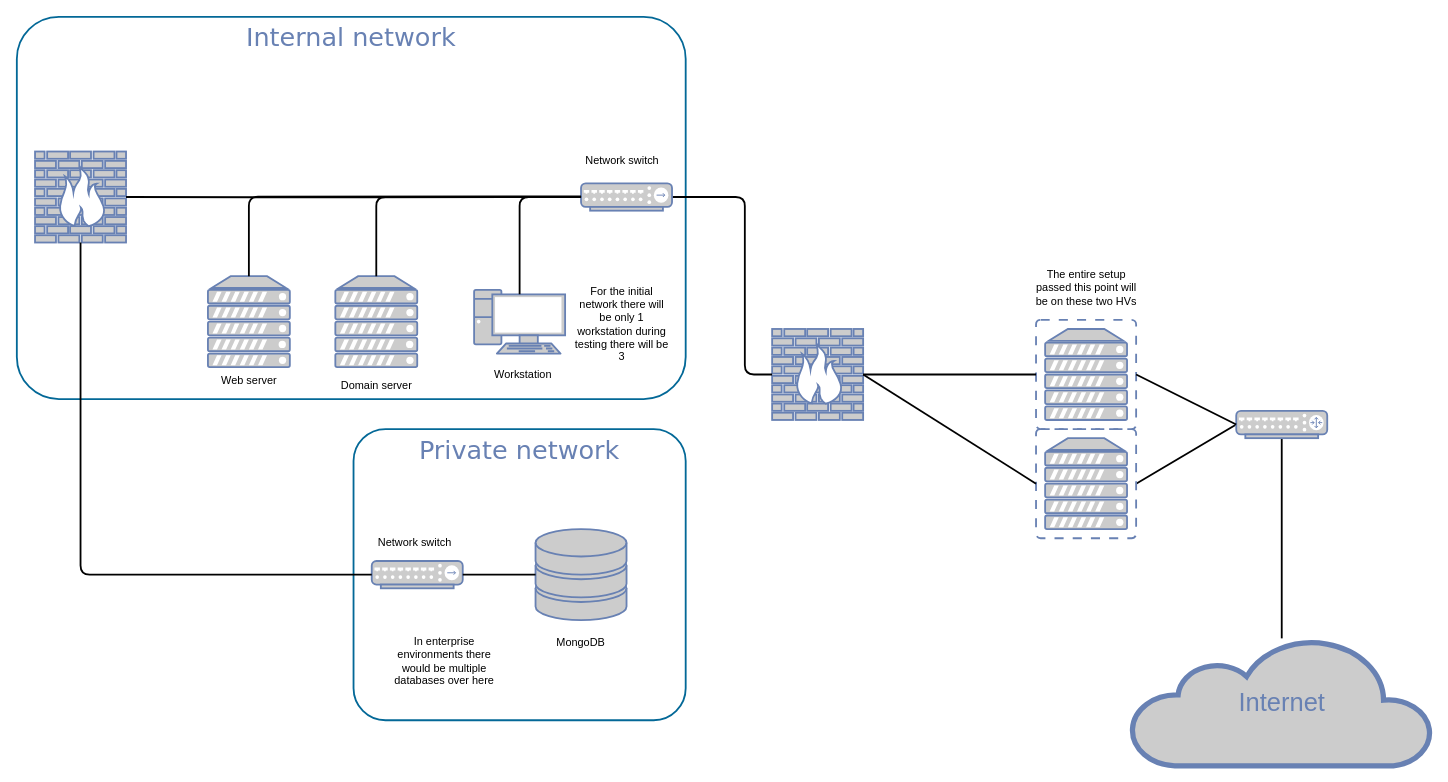
Above: Docs/diagrams/Network diagram.drawio in supertrey2004/Secure-Multi-Layer-Network-Project---Capstone (draw.io), before the change. Source tidied: cells renumbered, new cells numbered last; positions are measured from the earlier drawing's top-left corner, leaving out a move shared by most shapes. Both pictures are drawn from the tidied source at 91%, with x=0, y=0 at pixel (16, 16).
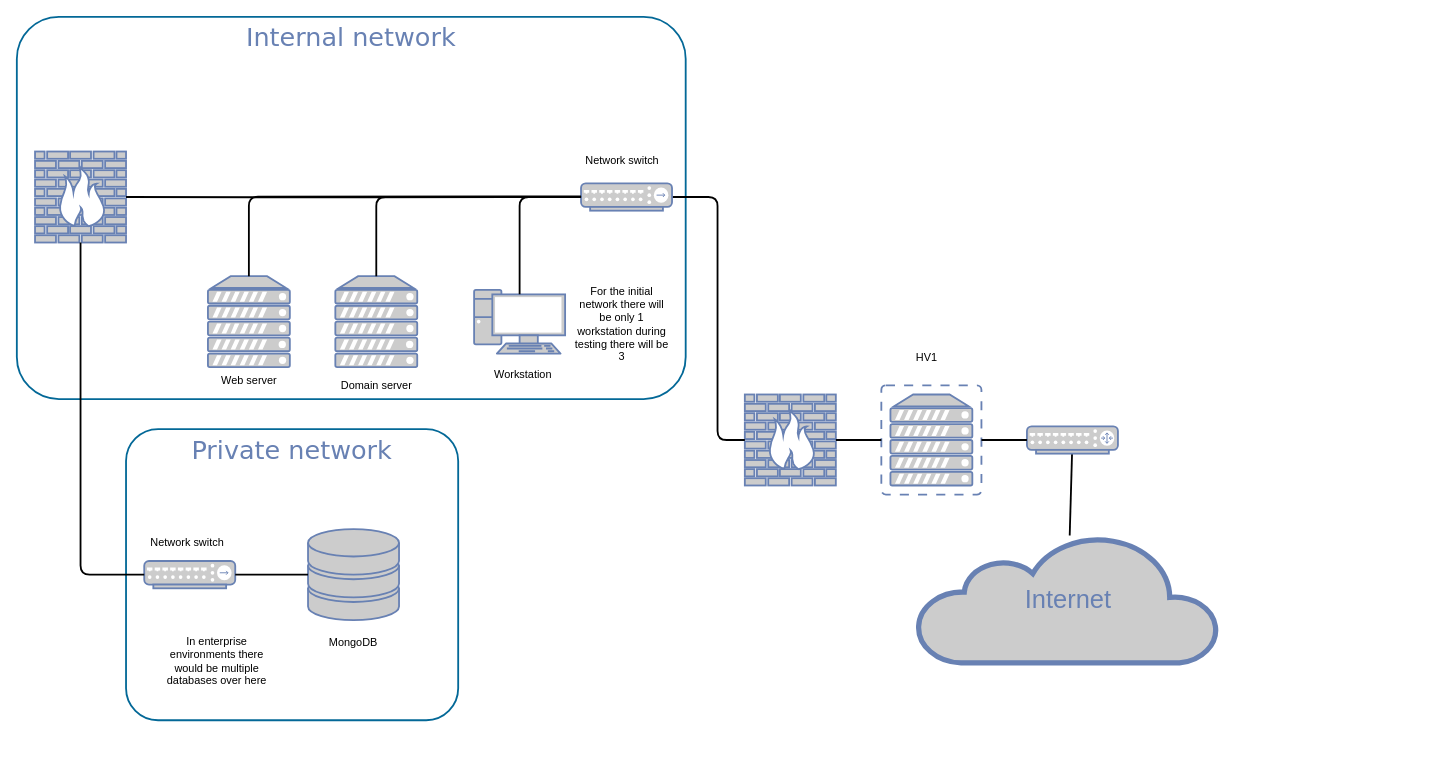
After the change.

Unchanged cells that the change refers to:
```xml
<mxCell id="14" style="fontColor=#0066CC;verticalAlign=top;verticalLabelPosition=bottom;labelPosition=center;align=center;html=1;outlineConnect=0;fillColor=#CCCCCC;strokeColor=#6881B3;gradientColor=none;gradientDirection=north;strokeWidth=2;shape=mxgraph.networks.hub;" parent="1" vertex="1">
  <mxGeometry x="620" y="183" width="100" height="30" as="geometry" />
</mxCell>
```

What changed in the source:
```diff
@@
     <mxCell id="2" value="Private network" style="rounded=1;whiteSpace=wrap;html=1;shadow=0;comic=0;strokeColor=#036897;strokeWidth=2;fillColor=none;fontFamily=Verdana;fontSize=28;fontColor=#6881B3;align=center;arcSize=11;verticalAlign=top;" parent="1" vertex="1">
-      <mxGeometry x="370" y="453" width="365" height="320" as="geometry" />
+      <mxGeometry x="120" y="453" width="365" height="320" as="geometry" />
     </mxCell>
@@
-    <mxCell id="4" style="edgeStyle=none;html=1;labelBackgroundColor=none;endArrow=none;endFill=0;strokeWidth=2;fontFamily=Verdana;fontSize=28;fontColor=#6881B3;exitX=1;exitY=0.5;exitDx=0;exitDy=0;exitPerimeter=0;entryX=0;entryY=0.5;entryDx=0;entryDy=0;entryPerimeter=0;" parent="1" edge="1" source="12" target="8">
-      <mxGeometry relative="1" as="geometry" />
-    </mxCell>
     <mxCell id="5" style="fontColor=#0066CC;verticalAlign=top;verticalLabelPosition=bottom;labelPosition=center;align=center;html=1;fillColor=#CCCCCC;strokeColor=#6881B3;gradientColor=none;gradientDirection=north;strokeWidth=2;shape=mxgraph.networks.firewall;rounded=0;shadow=0;comic=0;" parent="1" vertex="1">
-      <mxGeometry x="830" y="343" width="100" height="100" as="geometry" />
+      <mxGeometry x="800" y="415" width="100" height="100" as="geometry" />
     </mxCell>
     <mxCell id="6" value="Internet" style="html=1;fillColor=#CCCCCC;strokeColor=#6881B3;gradientColor=none;gradientDirection=north;strokeWidth=2;shape=mxgraph.networks.cloud;fontColor=#6881B3;rounded=0;shadow=0;comic=0;align=center;fontSize=28;" parent="1" vertex="1">
-      <mxGeometry x="1225" y="683" width="330" height="140" as="geometry" />
+      <mxGeometry x="990" y="570" width="330" height="140" as="geometry" />
     </mxCell>
@@
     <mxCell id="8" style="fontColor=#0066CC;verticalAlign=top;verticalLabelPosition=bottom;labelPosition=center;align=center;html=1;fillColor=#CCCCCC;strokeColor=#6881B3;gradientColor=none;gradientDirection=north;strokeWidth=2;shape=mxgraph.networks.router;rounded=0;shadow=0;comic=0;" parent="1" vertex="1">
-      <mxGeometry x="1340" y="433" width="100" height="30" as="geometry" />
+      <mxGeometry x="1110" y="450" width="100" height="30" as="geometry" />
     </mxCell>
     <mxCell id="9" style="edgeStyle=orthogonalEdgeStyle;html=1;labelBackgroundColor=none;endArrow=none;endFill=0;strokeWidth=2;fontFamily=Verdana;fontSize=28;fontColor=#6881B3;entryX=1;entryY=0.5;entryDx=0;entryDy=0;entryPerimeter=0;exitX=0;exitY=0.5;exitDx=0;exitDy=0;exitPerimeter=0;" parent="1" edge="1" source="5" target="14">
       <mxGeometry relative="1" as="geometry">
         <Array as="points">
-          <mxPoint x="800" y="393" />
-          <mxPoint x="800" y="198" />
+          <mxPoint x="770" y="465" />
+          <mxPoint x="770" y="198" />
         </Array>
       </mxGeometry>
     </mxCell>
@@
     <mxCell id="11" style="fontColor=#0066CC;verticalAlign=top;verticalLabelPosition=bottom;labelPosition=center;align=center;html=1;outlineConnect=0;fillColor=#CCCCCC;strokeColor=#6881B3;gradientColor=none;gradientDirection=north;strokeWidth=2;shape=mxgraph.networks.virtual_server;" parent="1" vertex="1">
-      <mxGeometry x="1120" y="333" width="110" height="120" as="geometry" />
+      <mxGeometry x="950" y="405" width="110" height="120" as="geometry" />
     </mxCell>
-    <mxCell id="12" style="fontColor=#0066CC;verticalAlign=top;verticalLabelPosition=bottom;labelPosition=center;align=center;html=1;outlineConnect=0;fillColor=#CCCCCC;strokeColor=#6881B3;gradientColor=none;gradientDirection=north;strokeWidth=2;shape=mxgraph.networks.virtual_server;" parent="1" vertex="1">
-      <mxGeometry x="1120" y="453" width="110" height="120" as="geometry" />
-    </mxCell>
@@
-    <mxCell id="16" style="edgeStyle=none;html=1;labelBackgroundColor=none;endArrow=none;endFill=0;strokeWidth=2;fontFamily=Verdana;fontSize=28;fontColor=#6881B3;exitX=1;exitY=0.5;exitDx=0;exitDy=0;exitPerimeter=0;entryX=0;entryY=0.5;entryDx=0;entryDy=0;entryPerimeter=0;" parent="1" edge="1" source="5" target="12">
-      <mxGeometry relative="1" as="geometry" />
-    </mxCell>
-    <mxCell id="17" value="The entire setup passed this point will be on these two HVs" style="text;html=1;whiteSpace=wrap;strokeColor=none;fillColor=none;align=center;verticalAlign=middle;rounded=0;" parent="1" vertex="1">
-      <mxGeometry x="1113.8" y="263" width="122.5" height="70" as="geometry" />
-    </mxCell>
     <mxCell id="18" style="fontColor=#0066CC;verticalAlign=top;verticalLabelPosition=bottom;labelPosition=center;align=center;html=1;outlineConnect=0;fillColor=#CCCCCC;strokeColor=#6881B3;gradientColor=none;gradientDirection=north;strokeWidth=2;shape=mxgraph.networks.hub;" parent="1" vertex="1">
-      <mxGeometry x="390" y="598" width="100" height="30" as="geometry" />
+      <mxGeometry x="140" y="598" width="100" height="30" as="geometry" />
     </mxCell>
@@
     <mxCell id="21" style="fontColor=#0066CC;verticalAlign=top;verticalLabelPosition=bottom;labelPosition=center;align=center;html=1;outlineConnect=0;fillColor=#CCCCCC;strokeColor=#6881B3;gradientColor=none;gradientDirection=north;strokeWidth=2;shape=mxgraph.networks.storage;" parent="1" vertex="1">
-      <mxGeometry x="570" y="563" width="100" height="100" as="geometry" />
+      <mxGeometry x="320" y="563" width="100" height="100" as="geometry" />
     </mxCell>
@@
     <mxCell id="33" value="MongoDB" style="text;html=1;whiteSpace=wrap;strokeColor=none;fillColor=none;align=center;verticalAlign=middle;rounded=0;" parent="1" vertex="1">
-      <mxGeometry x="545" y="673" width="150" height="30" as="geometry" />
+      <mxGeometry x="295" y="673" width="150" height="30" as="geometry" />
     </mxCell>
@@
     <mxCell id="35" value="Network switch" style="text;html=1;whiteSpace=wrap;strokeColor=none;fillColor=none;align=center;verticalAlign=middle;rounded=0;" parent="1" vertex="1">
-      <mxGeometry x="350" y="563" width="175" height="30" as="geometry" />
+      <mxGeometry x="100" y="563" width="175" height="30" as="geometry" />
     </mxCell>
     <mxCell id="36" value="In enterprise environments there would be multiple databases over here" style="text;html=1;whiteSpace=wrap;strokeColor=none;fillColor=none;align=center;verticalAlign=middle;rounded=0;" parent="1" vertex="1">
-      <mxGeometry x="410" y="673" width="120" height="70" as="geometry" />
+      <mxGeometry x="160" y="673" width="120" height="70" as="geometry" />
     </mxCell>
+    <mxCell id="37" value="HV1" style="text;html=1;whiteSpace=wrap;strokeColor=none;fillColor=none;align=center;verticalAlign=middle;rounded=0;" parent="1" vertex="1">
+      <mxGeometry x="970" y="360" width="60" height="30" as="geometry" />
+    </mxCell>
```
